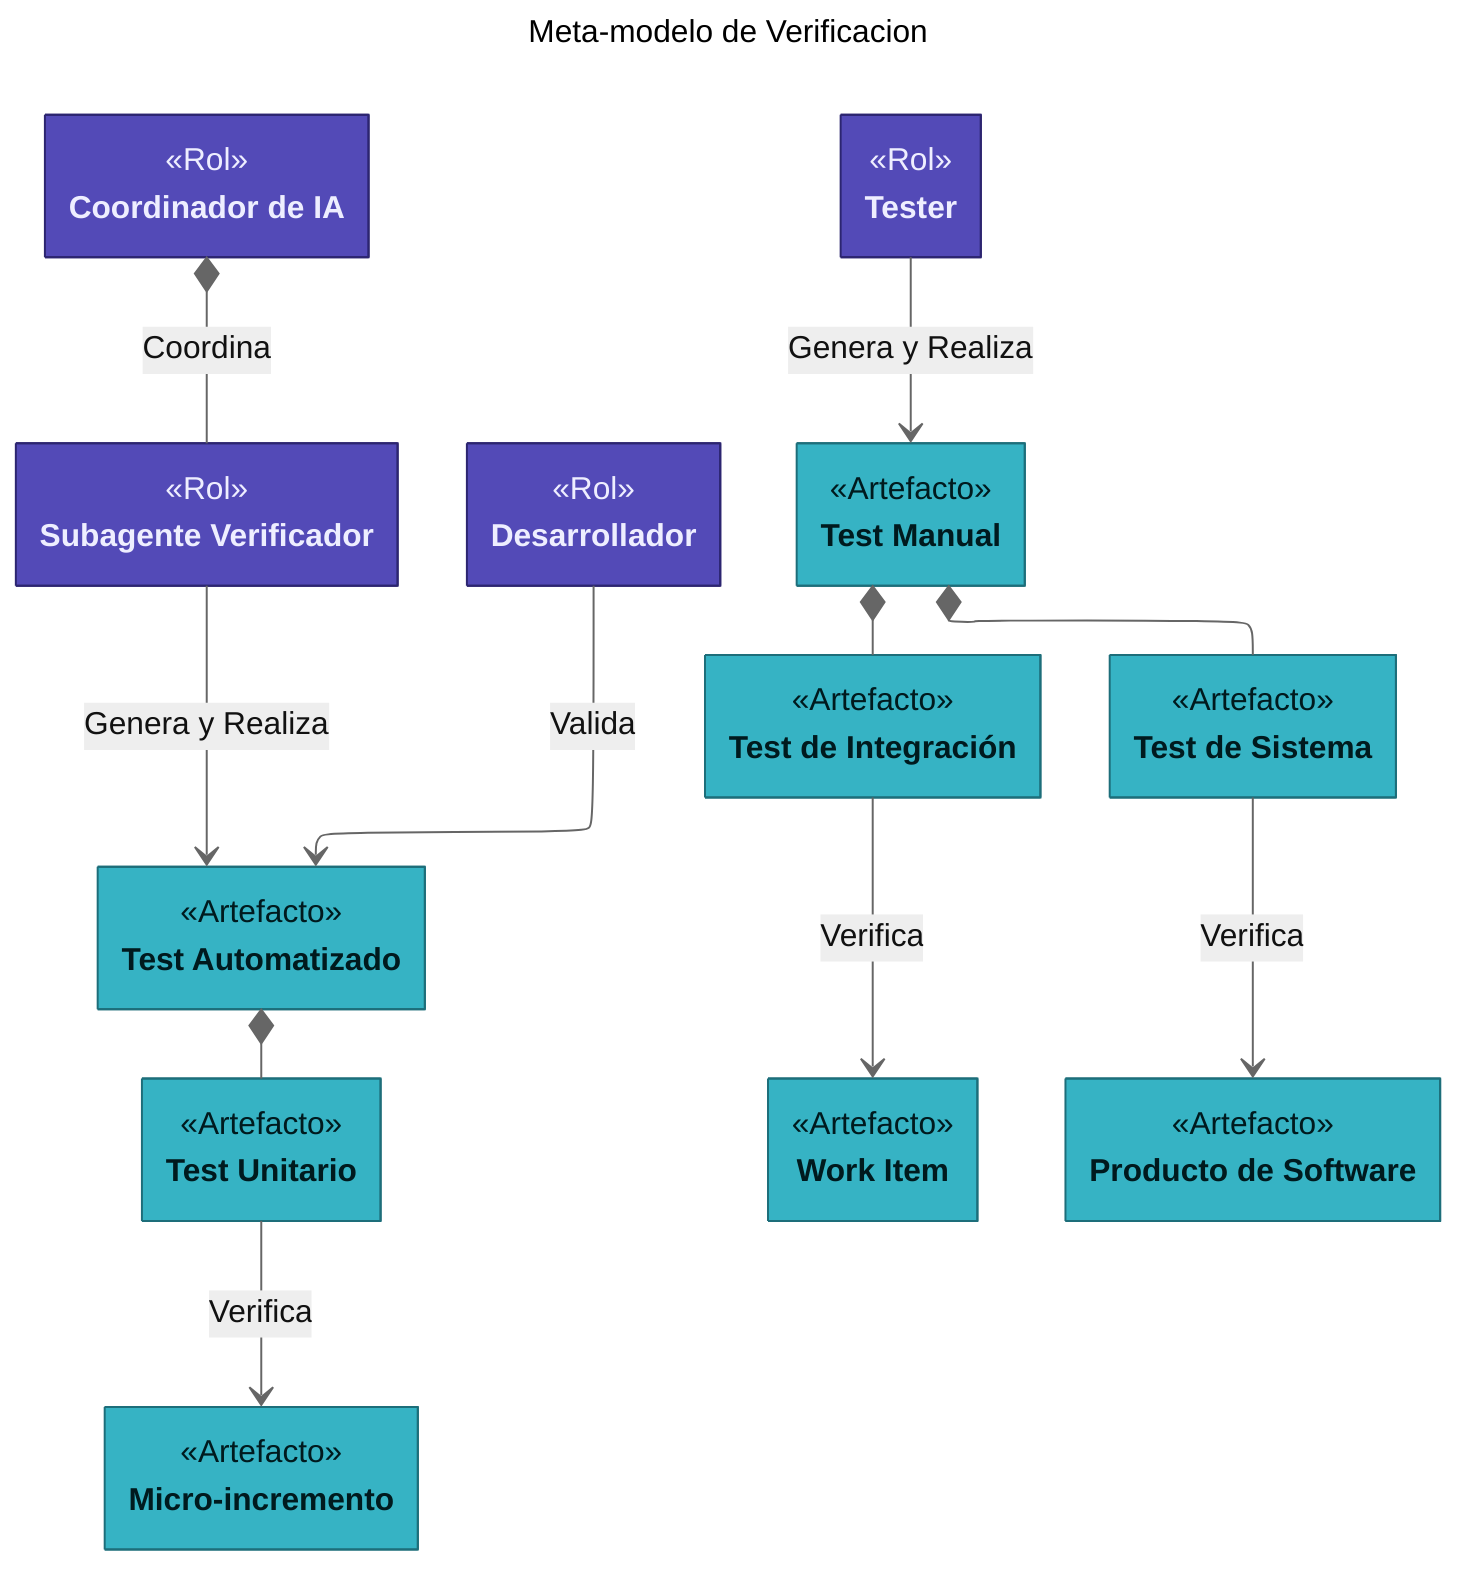
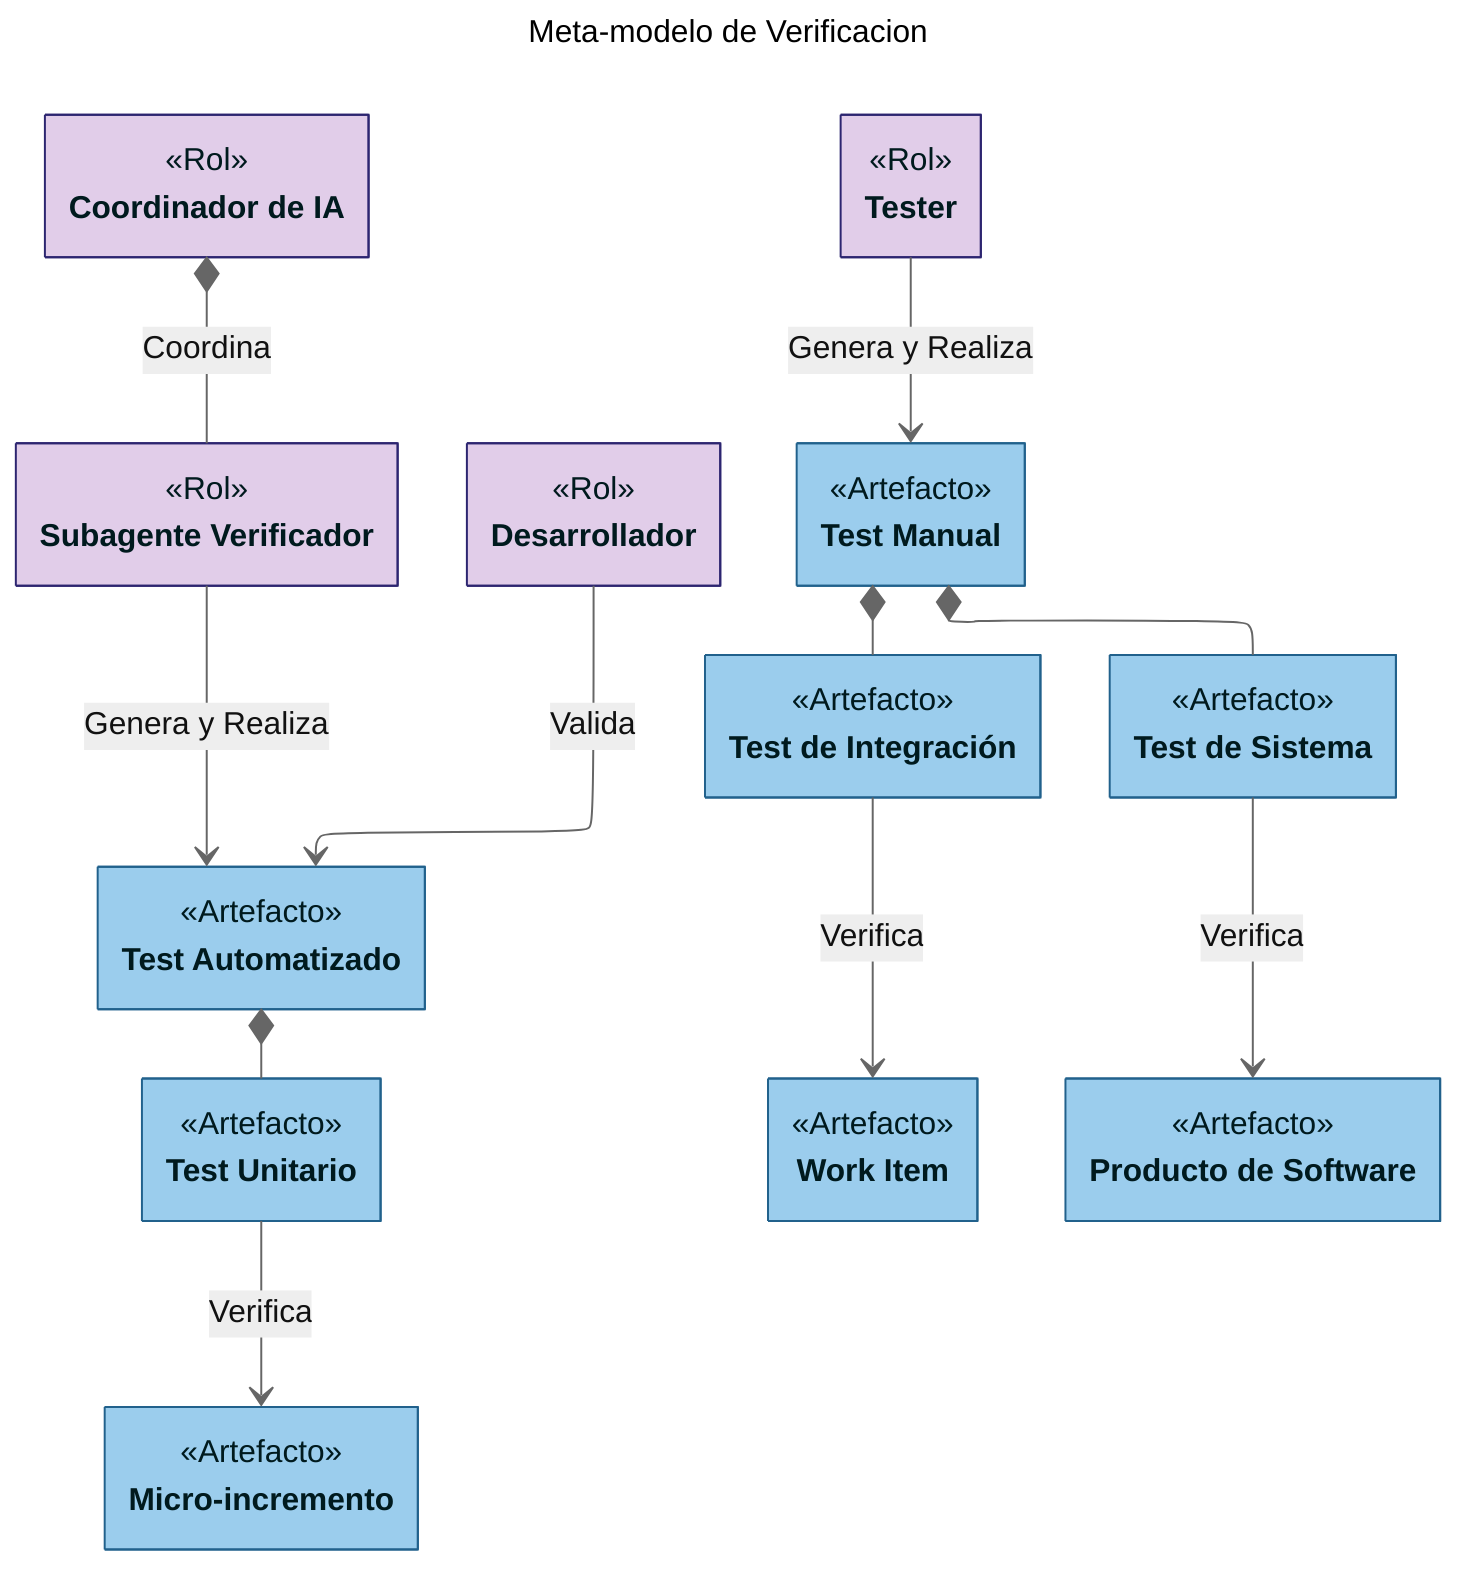
---
config:
  layout: elk
  class:
    hideEmptyMembersBox: true
  theme: neutral
title: Meta-modelo de Verificacion
---
classDiagram
class CoordinadorIA["Coordinador de IA"]:::rol {
    <<Rol>>
}

class SubVer["Subagente Verificador"]:::rol {
    <<Rol>>
}

class Tester["Tester"]:::rol {
    <<Rol>>
}

class Desarrollador["Desarrollador"]:::rol {
    <<Rol>>
}

class TestUnitario["Test Unitario"]:::artefacto {
    <<Artefacto>>
}

class MicroIncremento["Micro-incremento"]:::artefacto {
    <<Artefacto>>
}

class TestIntegracion["Test de Integración"]:::artefacto {
    <<Artefacto>>
}

class WorkItem["Work Item"]:::artefacto {
    <<Artefacto>>
}

class TestSistema["Test de Sistema"]:::artefacto {
    <<Artefacto>>
}

class ProductoSoftware["Producto de Software"]:::artefacto {
    <<Artefacto>>
}

class TestAutomatizado["Test Automatizado"]:::artefacto {
    <<Artefacto>>
}

class TestManual["Test Manual"]:::artefacto {
    <<Artefacto>>
}

TestAutomatizado *-- TestUnitario
TestManual *-- TestIntegracion
TestManual *-- TestSistema

%% === RELACIONES ===
Tester --> TestManual : Genera y Realiza
SubVer --> TestAutomatizado : Genera y Realiza
Desarrollador --> TestAutomatizado : Valida

CoordinadorIA *-- SubVer : Coordina
TestUnitario --> MicroIncremento : Verifica
TestIntegracion --> WorkItem : Verifica
TestSistema --> ProductoSoftware : Verifica

- classDef proceso fill:#3d3d3a,stroke:#2C2C2A,color:#F1EFE8
- classDef fase fill:#c4a336,stroke:#8a6f1f,color:#1a1400
- classDef disciplina fill:#c47b36,stroke:#7a4a1d,color:#1a0f00
- classDef evento fill:#a45be9,stroke:#6a2fa8,color:#1a0033
- classDef rol fill:#534AB7,stroke:#2c2570,color:#eeeeff
- classDef artefacto fill:#36b3c4,stroke:#1d6e7a,color:#001a1e+ classDef proceso fill:#D6DBDF,stroke:#48515B,color:#1F2328
+ classDef fase fill:#A2D9CE,stroke:#0E6655,color:#1a0033
+ classDef disciplina fill:#F9E79F,stroke:#C5A00D,color:#1a0f00
+ classDef evento fill:#E7A274,stroke:#D96E26,color:#1a1400
+ classDef rol fill:#E1CDE9,stroke:#2c2570,color:#001a1e
+ classDef artefacto fill: #9BCDED,stroke:#21618C,color:#001a1e